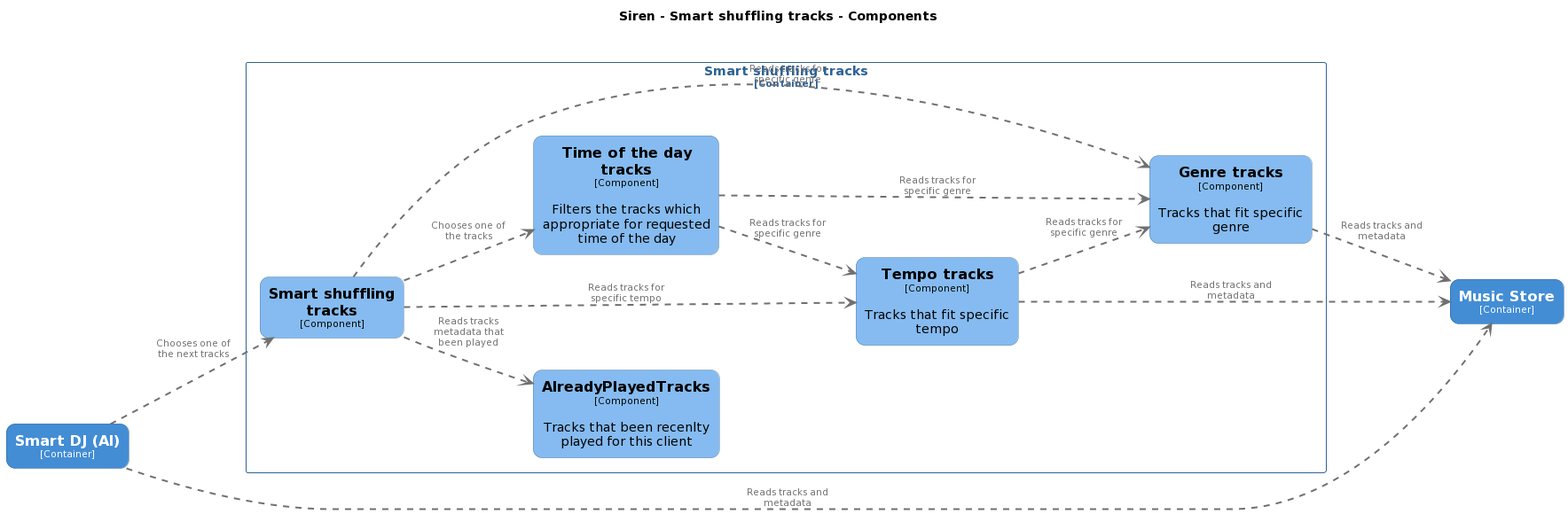
Above: docs/Siren.SmatrShuffling.Component.png in DenisZhukovski/Siren (PlantUML), before the change. Its diagram source:
```plantuml
@startuml
set separator none
title Siren - Smart shuffling tracks - Components

left to right direction

skinparam {
  arrowFontSize 10
  defaultTextAlignment center
  wrapWidth 200
  maxMessageSize 100
}

hide stereotype

skinparam rectangle<<Siren.Smartshufflingtracks.AlreadyPlayedTracks>> {
  BackgroundColor #85bbf0
  FontColor #000000
  BorderColor #5d82a8
  roundCorner 20
  shadowing false
}
skinparam rectangle<<Siren.Smartshufflingtracks.Genretracks>> {
  BackgroundColor #85bbf0
  FontColor #000000
  BorderColor #5d82a8
  roundCorner 20
  shadowing false
}
skinparam rectangle<<Siren.MusicStore>> {
  BackgroundColor #438dd5
  FontColor #ffffff
  BorderColor #2e6295
  roundCorner 20
  shadowing false
}
skinparam rectangle<<Siren.SmartDJAI>> {
  BackgroundColor #438dd5
  FontColor #ffffff
  BorderColor #2e6295
  roundCorner 20
  shadowing false
}
skinparam rectangle<<Siren.Smartshufflingtracks.Smartshufflingtracks>> {
  BackgroundColor #85bbf0
  FontColor #000000
  BorderColor #5d82a8
  roundCorner 20
  shadowing false
}
skinparam rectangle<<Siren.Smartshufflingtracks.Tempotracks>> {
  BackgroundColor #85bbf0
  FontColor #000000
  BorderColor #5d82a8
  roundCorner 20
  shadowing false
}
skinparam rectangle<<Siren.Smartshufflingtracks.Timeofthedaytracks>> {
  BackgroundColor #85bbf0
  FontColor #000000
  BorderColor #5d82a8
  roundCorner 20
  shadowing false
}
skinparam rectangle<<Siren.Smartshufflingtracks>> {
  BorderColor #2e6295
  FontColor #2e6295
  shadowing false
}

rectangle "==Music Store\n<size:10>[Container]</size>" <<Siren.MusicStore>> as Siren.MusicStore
rectangle "==Smart DJ (AI)\n<size:10>[Container]</size>" <<Siren.SmartDJAI>> as Siren.SmartDJAI

rectangle "Smart shuffling tracks\n<size:10>[Container]</size>" <<Siren.Smartshufflingtracks>> {
  rectangle "==Smart shuffling tracks\n<size:10>[Component]</size>" <<Siren.Smartshufflingtracks.Smartshufflingtracks>> as Siren.Smartshufflingtracks.Smartshufflingtracks
  rectangle "==AlreadyPlayedTracks\n<size:10>[Component]</size>\n\nTracks that been recenlty played for this client" <<Siren.Smartshufflingtracks.AlreadyPlayedTracks>> as Siren.Smartshufflingtracks.AlreadyPlayedTracks
  rectangle "==Time of the day tracks\n<size:10>[Component]</size>\n\nFilters the tracks which appropriate for requested time of the day" <<Siren.Smartshufflingtracks.Timeofthedaytracks>> as Siren.Smartshufflingtracks.Timeofthedaytracks
  rectangle "==Tempo tracks\n<size:10>[Component]</size>\n\nTracks that fit specific tempo" <<Siren.Smartshufflingtracks.Tempotracks>> as Siren.Smartshufflingtracks.Tempotracks
  rectangle "==Genre tracks\n<size:10>[Component]</size>\n\nTracks that fit specific genre" <<Siren.Smartshufflingtracks.Genretracks>> as Siren.Smartshufflingtracks.Genretracks
}

Siren.SmartDJAI .[#707070,thickness=2].> Siren.Smartshufflingtracks.Smartshufflingtracks : "<color:#707070>Chooses one of the next tracks"
Siren.Smartshufflingtracks.Smartshufflingtracks .[#707070,thickness=2].> Siren.Smartshufflingtracks.AlreadyPlayedTracks : "<color:#707070>Reads tracks metadata that been played"
Siren.Smartshufflingtracks.Smartshufflingtracks .[#707070,thickness=2].> Siren.Smartshufflingtracks.Timeofthedaytracks : "<color:#707070>Chooses one of the tracks"
Siren.Smartshufflingtracks.Smartshufflingtracks .[#707070,thickness=2].> Siren.Smartshufflingtracks.Tempotracks : "<color:#707070>Reads tracks for specific tempo"
Siren.Smartshufflingtracks.Timeofthedaytracks .[#707070,thickness=2].> Siren.Smartshufflingtracks.Tempotracks : "<color:#707070>Reads tracks for specific genre"
Siren.Smartshufflingtracks.Tempotracks .[#707070,thickness=2].> Siren.Smartshufflingtracks.Genretracks : "<color:#707070>Reads tracks for specific genre"
Siren.Smartshufflingtracks.Smartshufflingtracks .[#707070,thickness=2].> Siren.Smartshufflingtracks.Genretracks : "<color:#707070>Reads tracks for specific genre"
Siren.Smartshufflingtracks.Timeofthedaytracks .[#707070,thickness=2].> Siren.Smartshufflingtracks.Genretracks : "<color:#707070>Reads tracks for specific genre"
Siren.SmartDJAI .[#707070,thickness=2].> Siren.MusicStore : "<color:#707070>Reads tracks and metadata"
Siren.Smartshufflingtracks.Genretracks .[#707070,thickness=2].> Siren.MusicStore : "<color:#707070>Reads tracks and metadata"
Siren.Smartshufflingtracks.Tempotracks .[#707070,thickness=2].> Siren.MusicStore : "<color:#707070>Reads tracks and metadata"
@enduml
```
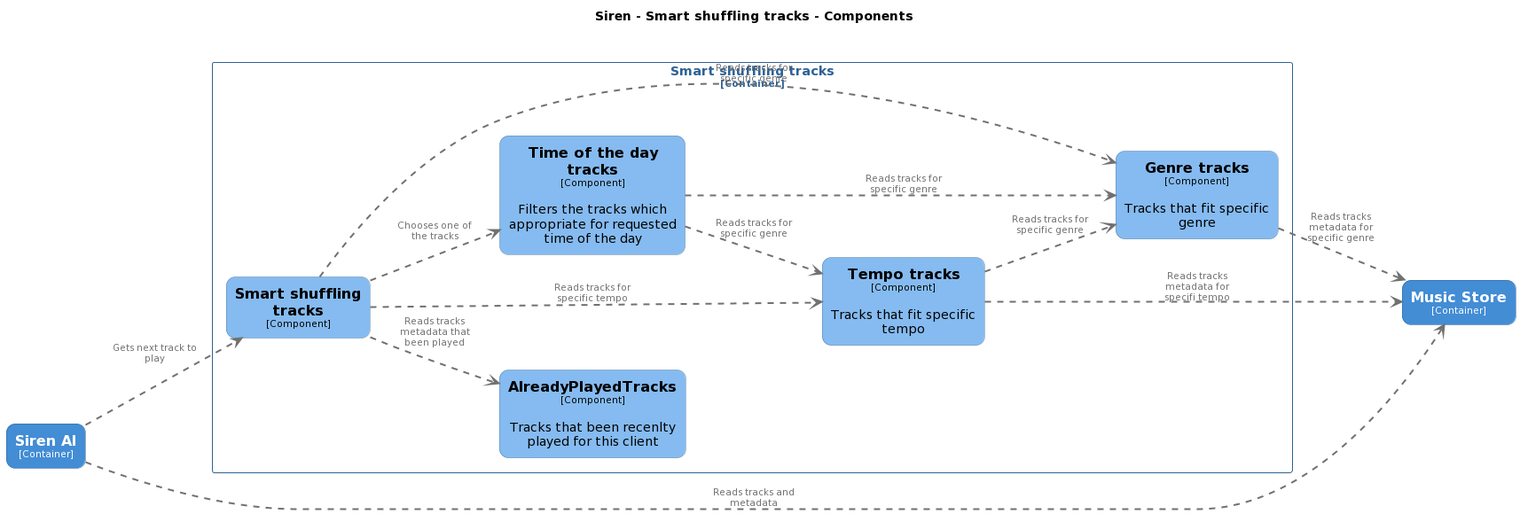
After the change.

What changed in the source:
```diff
@@ -34,7 +34,7 @@
   roundCorner 20
   shadowing false
 }
-skinparam rectangle<<Siren.SmartDJAI>> {
+skinparam rectangle<<Siren.SirenAI>> {
   BackgroundColor #438dd5
   FontColor #ffffff
   BorderColor #2e6295
@@ -69,7 +69,7 @@
 }
 
 rectangle "==Music Store\n<size:10>[Container]</size>" <<Siren.MusicStore>> as Siren.MusicStore
-rectangle "==Smart DJ (AI)\n<size:10>[Container]</size>" <<Siren.SmartDJAI>> as Siren.SmartDJAI
+rectangle "==Siren AI\n<size:10>[Container]</size>" <<Siren.SirenAI>> as Siren.SirenAI
 
 rectangle "Smart shuffling tracks\n<size:10>[Container]</size>" <<Siren.Smartshufflingtracks>> {
   rectangle "==Smart shuffling tracks\n<size:10>[Component]</size>" <<Siren.Smartshufflingtracks.Smartshufflingtracks>> as Siren.Smartshufflingtracks.Smartshufflingtracks
@@ -79,7 +79,7 @@
   rectangle "==Genre tracks\n<size:10>[Component]</size>\n\nTracks that fit specific genre" <<Siren.Smartshufflingtracks.Genretracks>> as Siren.Smartshufflingtracks.Genretracks
 }
 
-Siren.SmartDJAI .[#707070,thickness=2].> Siren.Smartshufflingtracks.Smartshufflingtracks : "<color:#707070>Chooses one of the next tracks"
+Siren.SirenAI .[#707070,thickness=2].> Siren.Smartshufflingtracks.Smartshufflingtracks : "<color:#707070>Gets next track to play"
 Siren.Smartshufflingtracks.Smartshufflingtracks .[#707070,thickness=2].> Siren.Smartshufflingtracks.AlreadyPlayedTracks : "<color:#707070>Reads tracks metadata that been played"
 Siren.Smartshufflingtracks.Smartshufflingtracks .[#707070,thickness=2].> Siren.Smartshufflingtracks.Timeofthedaytracks : "<color:#707070>Chooses one of the tracks"
 Siren.Smartshufflingtracks.Smartshufflingtracks .[#707070,thickness=2].> Siren.Smartshufflingtracks.Tempotracks : "<color:#707070>Reads tracks for specific tempo"
@@ -87,7 +87,7 @@
 Siren.Smartshufflingtracks.Tempotracks .[#707070,thickness=2].> Siren.Smartshufflingtracks.Genretracks : "<color:#707070>Reads tracks for specific genre"
 Siren.Smartshufflingtracks.Smartshufflingtracks .[#707070,thickness=2].> Siren.Smartshufflingtracks.Genretracks : "<color:#707070>Reads tracks for specific genre"
 Siren.Smartshufflingtracks.Timeofthedaytracks .[#707070,thickness=2].> Siren.Smartshufflingtracks.Genretracks : "<color:#707070>Reads tracks for specific genre"
-Siren.SmartDJAI .[#707070,thickness=2].> Siren.MusicStore : "<color:#707070>Reads tracks and metadata"
-Siren.Smartshufflingtracks.Genretracks .[#707070,thickness=2].> Siren.MusicStore : "<color:#707070>Reads tracks and metadata"
-Siren.Smartshufflingtracks.Tempotracks .[#707070,thickness=2].> Siren.MusicStore : "<color:#707070>Reads tracks and metadata"
+Siren.SirenAI .[#707070,thickness=2].> Siren.MusicStore : "<color:#707070>Reads tracks and metadata"
+Siren.Smartshufflingtracks.Genretracks .[#707070,thickness=2].> Siren.MusicStore : "<color:#707070>Reads tracks metadata for specific genre"
+Siren.Smartshufflingtracks.Tempotracks .[#707070,thickness=2].> Siren.MusicStore : "<color:#707070>Reads tracks metadata for specifi tempo"
 @enduml
```
